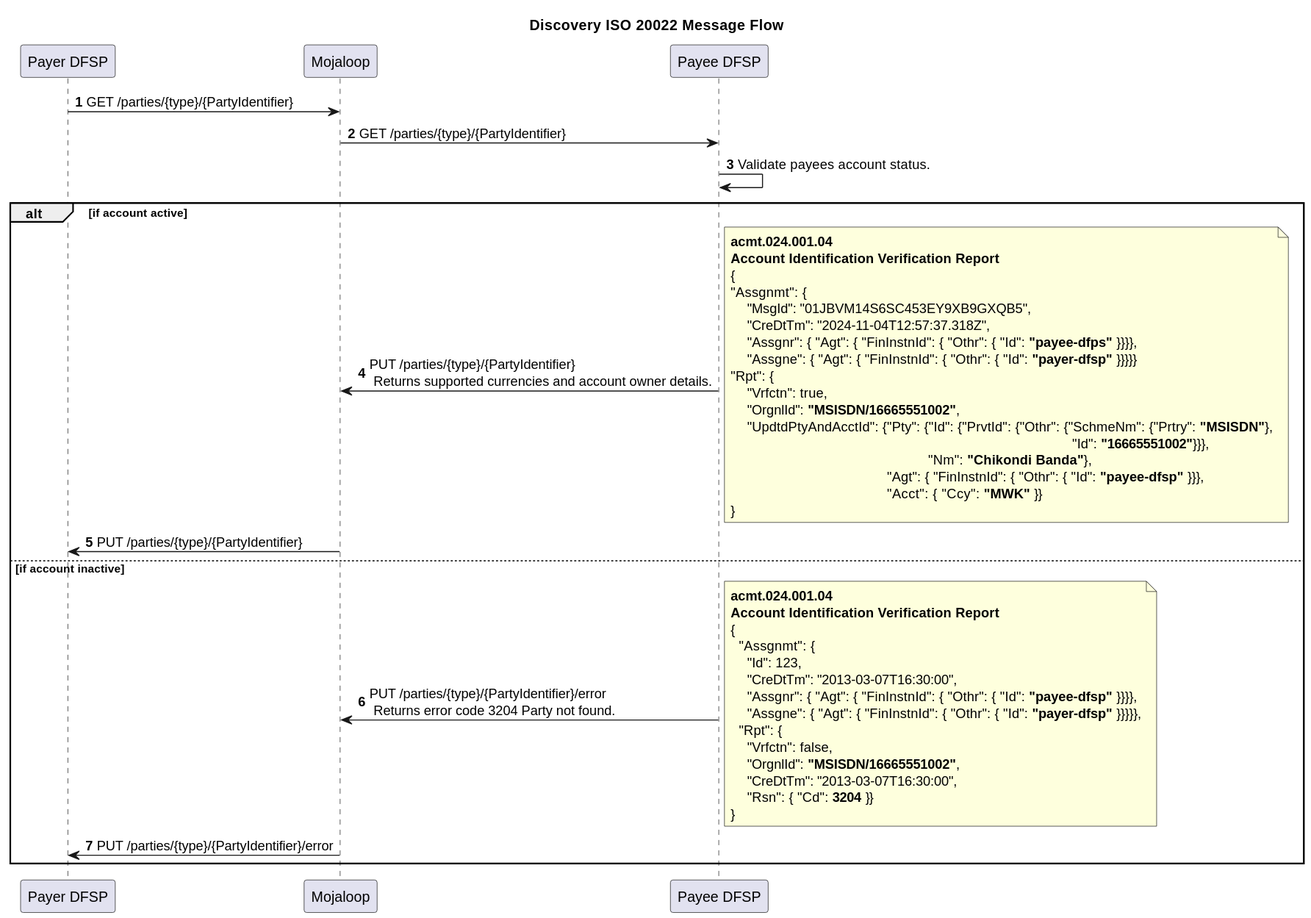
Before: Workstream documents/MarketPracticeDoc/SequenceDiagrams/Discovery.svg, a diagram exported from PlantUML (mojaloop/iso-20022-docs).
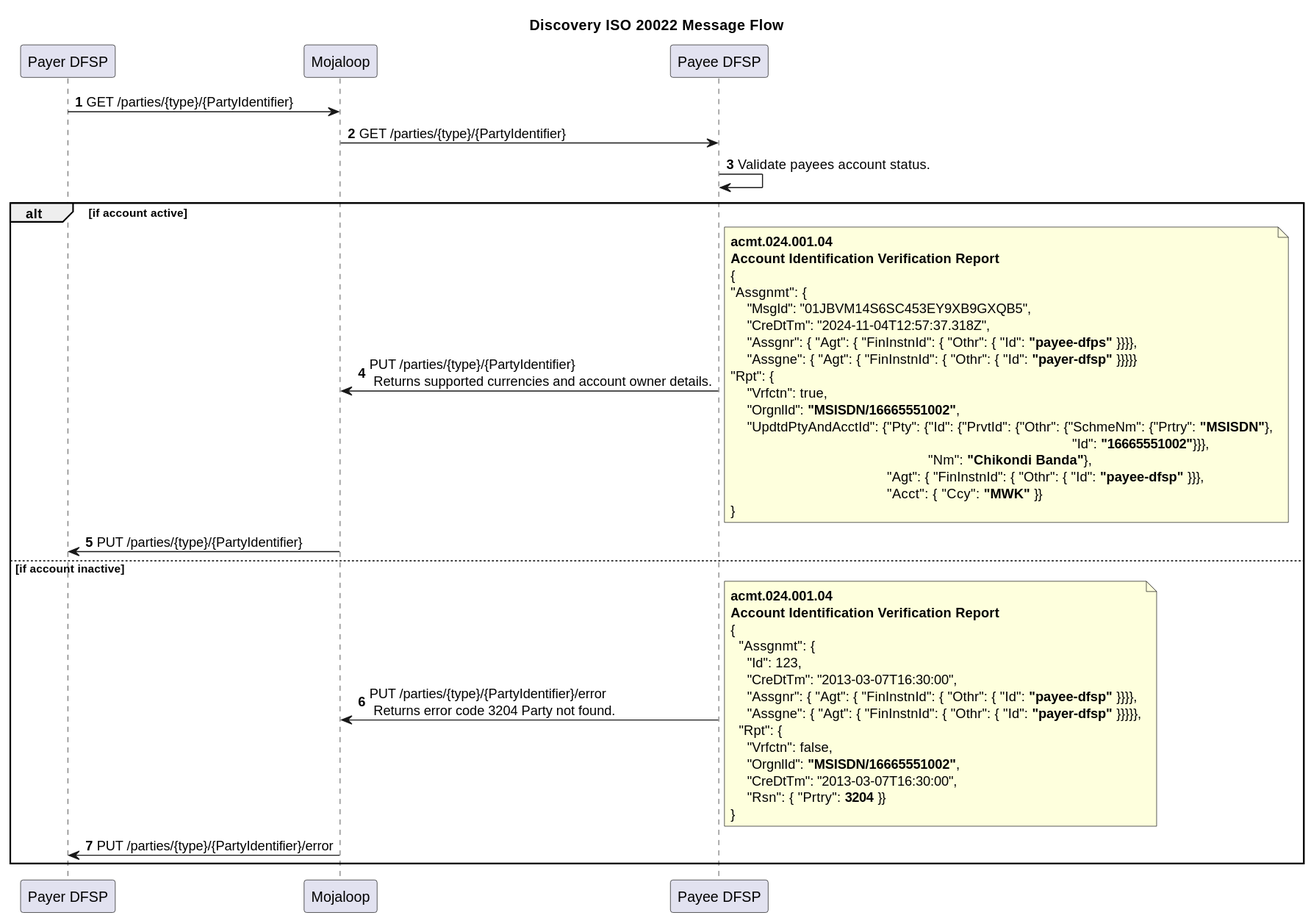
The same file after the commit.

Change to the diagram source:
```diff
@@ -1,5 +1,4 @@
 @startuml
-
 Title Discovery ISO 20022 Message Flow
 participant PayerDFSP as "Payer DFSP"
 participant Mojaloop as "Mojaloop"
@@ -49,11 +48,10 @@
     "Vrfctn": false,
     "OrgnlId": **"MSISDN/16665551002"**,
     "CreDtTm": "2013-03-07T16:30:00",
-    "Rsn": { "Cd": **3204** }}
+    "Rsn": { "Prtry": **3204** }}
 }
 end note
 Mojaloop -> PayerDFSP: PUT /parties/{type}/{PartyIdentifier}/error
 
 end
-
 @enduml
```
